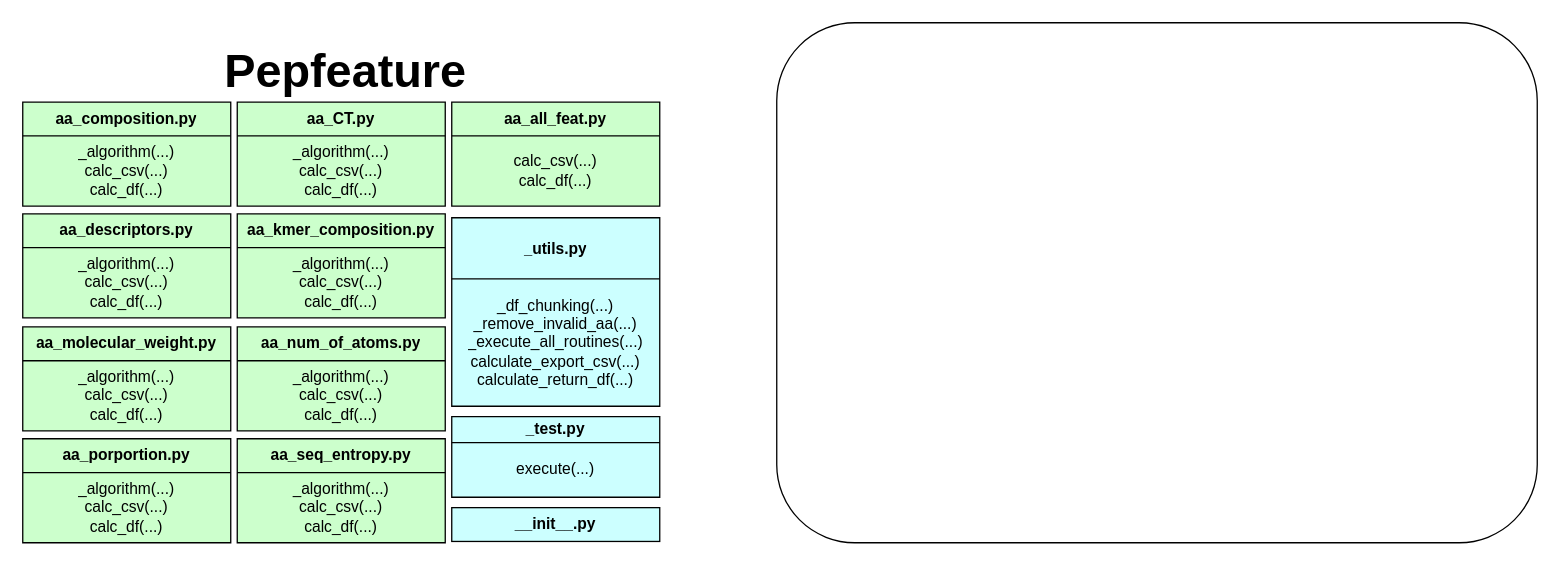
Earlier version of the draw.io diagram page "modules & functions" (1 of 2) of FYP files/Diagrams/module diagram.drawio (efr-essakhan/pepfeature). Source tidied: cells renumbered, new cells numbered last; positions are measured from the earlier drawing's top-left corner, leaving out a move shared by most shapes. Both pictures are drawn from the tidied source at 130%, with x=0, y=0 at pixel (22, 22).
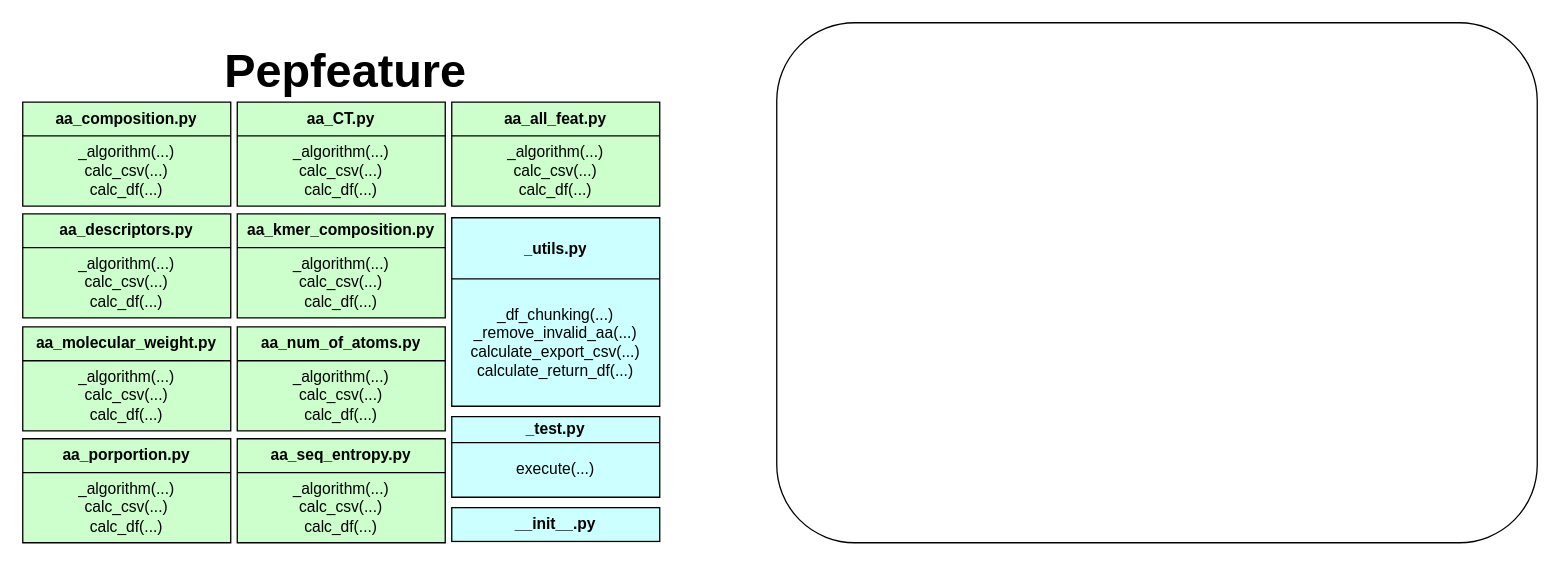
Above is the later version.

The change refers to these unchanged cells:
```xml
<mxCell id="10" style="shape=partialRectangle;html=1;whiteSpace=wrap;fillColor=none;top=0;left=0;bottom=0;right=0;" parent="7" vertex="1">
  <mxGeometry y="26" width="160" height="54" as="geometry" />
</mxCell>
<mxCell id="50" style="shape=partialRectangle;html=1;whiteSpace=wrap;fillColor=none;top=0;left=0;bottom=0;right=0;" parent="47" vertex="1">
  <mxGeometry y="47" width="160" height="98" as="geometry" />
</mxCell>
```

Change to the diagram source:
```diff
@@
-    <mxCell id="11" value="calc_csv(...)&lt;br&gt;calc_df(...)" style="shape=partialRectangle;html=1;whiteSpace=wrap;overflow=hidden;fillColor=none;top=0;left=0;bottom=0;right=0;" parent="10" vertex="1">
+    <mxCell id="11" value="_algorithm(...)&lt;br&gt;calc_csv(...)&lt;br&gt;calc_df(...)" style="shape=partialRectangle;html=1;whiteSpace=wrap;overflow=hidden;fillColor=none;top=0;left=0;bottom=0;right=0;" parent="10" vertex="1">
       <mxGeometry width="160" height="54" as="geometry" />
     </mxCell>
@@
-    <mxCell id="51" value="_df_chunking(...)&lt;br&gt;_remove_invalid_aa(...)&lt;br&gt;_execute_all_routines(...)&lt;br&gt;calculate_export_csv(...)&lt;br&gt;calculate_return_df(...)" style="shape=partialRectangle;html=1;whiteSpace=wrap;overflow=hidden;fillColor=none;top=0;left=0;bottom=0;right=0;" parent="50" vertex="1">
+    <mxCell id="51" value="_df_chunking(...)&lt;br&gt;_remove_invalid_aa(...)&lt;br&gt;calculate_export_csv(...)&lt;br&gt;calculate_return_df(...)" style="shape=partialRectangle;html=1;whiteSpace=wrap;overflow=hidden;fillColor=none;top=0;left=0;bottom=0;right=0;" parent="50" vertex="1">
       <mxGeometry width="160" height="98" as="geometry" />
     </mxCell>
```
